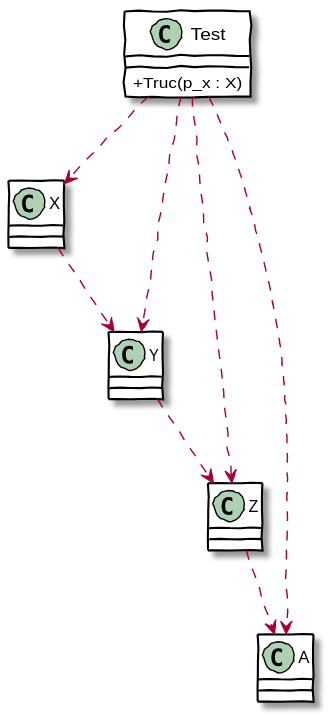
Before: images/Module11_Demeter_TellDontAsk/diag/src/DiagClassesDemeter01/Demeter01.svg, a diagram exported from PlantUML (PiFou86/420-W20-SF). Its diagram source:
```plantuml
@startuml Demeter01
skinparam classAttributeIconSize 0
skinparam handwritten true
skinparam class {
    BackgroundColor White
    BorderColor #000
}

Test ..> X
Test ..> A
Test ..> Y
Test ..> Z

X ..> Y
Y ..> Z
Z ..> A

class Test {
    + Truc(p_x : X)
}

@enduml
```
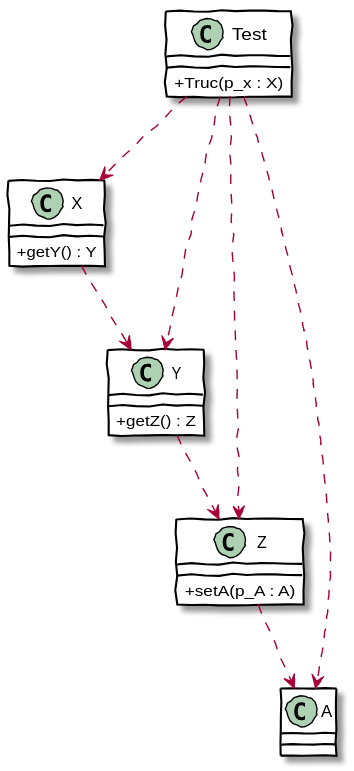
The same diagram one commit later.

Change to the diagram source:
```diff
@@ -19,4 +19,17 @@
     + Truc(p_x : X)
 }
 
+class X {
+    + getY() : Y
+}
+
+class Y {
+    + getZ() : Z
+}
+
+class Z {
+    + setA(p_A : A)
+}
+
+
 @enduml
```
